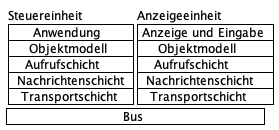
Earlier version of the PlantUML export thesis/figures/schichtenmodell.png (K1ngGrim/master-pa-legolab). The source it was exported from:
```plantuml
@startsalt schichtenmodell
' Schichtenmodell der Architektur.
' Bewusst implementierungsfrei: keine Klassen-, Bibliotheks- oder Produktnamen.
'
' HINWEIS ZUR PFLEGE: Die Zellen sind mit geschuetzten Leerzeichen (U+00A0)
' auf einheitliche Breite gebracht. Normale Leerzeichen entfernt PlantUML,
' und "..." wuerde salt als Eingabefeld rendern. Beim Aendern von Beschriftungen
' die Polsterung mitfuehren, sonst springen die Spaltenbreiten.

skinparam backgroundColor transparent
skinparam shadowing false
skinparam defaultFontName "Helvetica"
skinparam defaultFontSize 15

{
  {
    {
      Steuereinheit
      {#
              Anwendung
             Objektmodell
            Aufrufschicht
          Nachrichtenschicht
           Transportschicht
      }
    } | {
      Anzeigeeinheit
      {#
         Anzeige und Eingabe
             Objektmodell
            Aufrufschicht
          Nachrichtenschicht
           Transportschicht
      }
    }
  }
  {#
                             Bus
  }
}
@endsalt
```
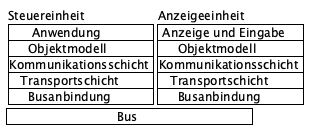
The same diagram one commit later.

Change to the diagram source:
```diff
@@ -19,18 +19,18 @@
       {#
               Anwendung
              Objektmodell
-            Aufrufschicht
-          Nachrichtenschicht
+        Kommunikationsschicht
            Transportschicht
+             Busanbindung
       }
     } | {
       Anzeigeeinheit
       {#
          Anzeige und Eingabe
              Objektmodell
-            Aufrufschicht
-          Nachrichtenschicht
+        Kommunikationsschicht
            Transportschicht
+             Busanbindung
       }
     }
   }
```
